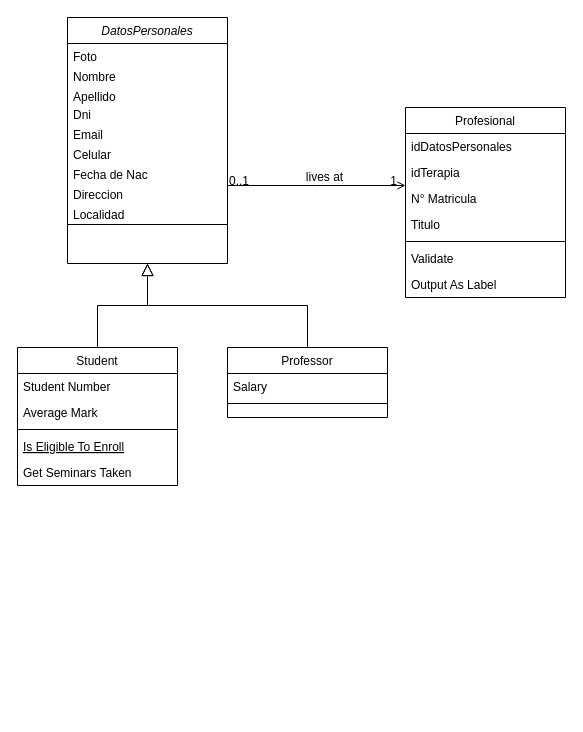
gastoncorrea/diagrama_clases_gestion_turnos keeps this draw.io diagram as Diagrama sin título.drawio. Above is the earlier version. Source tidied: cells renumbered, new cells numbered last; positions are measured from the earlier drawing's top-left corner, leaving out a move shared by most shapes. Both pictures are drawn from the tidied source at 100%, with x=0, y=0 at pixel (17, 17).
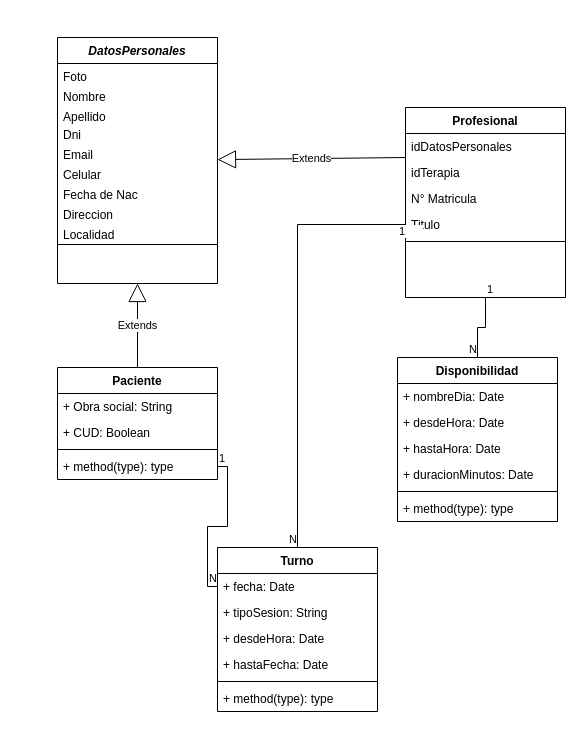
The same page after the edit.

The change refers to these unchanged cells:
```xml
<mxCell id="25" value="idDatosPersonales" style="text;align=left;verticalAlign=top;spacingLeft=4;spacingRight=4;overflow=hidden;points=[[0,0.5],[1,0.5]];portConstraint=eastwest;" parent="24" vertex="1">
  <mxGeometry y="26" width="160" height="26" as="geometry" />
</mxCell>
<mxCell id="28" value="Titulo" style="text;align=left;verticalAlign=top;spacingLeft=4;spacingRight=4;overflow=hidden;points=[[0,0.5],[1,0.5]];portConstraint=eastwest;rounded=0;shadow=0;html=0;" parent="24" vertex="1">
  <mxGeometry y="104" width="160" height="26" as="geometry" />
</mxCell>
```

Diff of the diagram source:
```diff
@@
-    <mxCell id="2" value="DatosPersonales" style="swimlane;fontStyle=2;align=center;verticalAlign=top;horizontal=1;startSize=26;rounded=0;shadow=0;strokeWidth=1;" parent="1" vertex="1">
-      <mxGeometry x="50" width="160" height="246" as="geometry" />
+    <mxCell id="2" value="DatosPersonales" style="swimlane;fontStyle=3;align=center;verticalAlign=top;horizontal=1;startSize=26;rounded=0;shadow=0;strokeWidth=1;" parent="1" vertex="1">
+      <mxGeometry x="40" y="20" width="160" height="246" as="geometry" />
     </mxCell>
@@
-    <mxCell id="13" value="Student" style="swimlane;fontStyle=0;align=center;verticalAlign=top;horizontal=1;startSize=26;rounded=0;shadow=0;strokeWidth=1;" parent="1" vertex="1">
-      <mxGeometry y="330" width="160" height="138" as="geometry" />
-    </mxCell>
-    <mxCell id="14" value="Student Number" style="text;align=left;verticalAlign=top;spacingLeft=4;spacingRight=4;overflow=hidden;" parent="13" vertex="1">
-      <mxGeometry y="26" width="160" height="26" as="geometry" />
-    </mxCell>
-    <mxCell id="15" value="Average Mark" style="text;align=left;verticalAlign=top;spacingLeft=4;spacingRight=4;overflow=hidden;rounded=0;shadow=0;html=0;" parent="13" vertex="1">
-      <mxGeometry y="52" width="160" height="26" as="geometry" />
-    </mxCell>
-    <mxCell id="16" style="line;html=1;strokeWidth=1;align=left;verticalAlign=middle;spacingTop=-1;spacingLeft=3;spacingRight=3;labelPosition=right;" parent="13" vertex="1">
-      <mxGeometry y="78" width="160" height="8" as="geometry" />
-    </mxCell>
-    <mxCell id="17" value="Is Eligible To Enroll" style="text;align=left;verticalAlign=top;spacingLeft=4;spacingRight=4;overflow=hidden;fontStyle=4;" parent="13" vertex="1">
-      <mxGeometry y="86" width="160" height="26" as="geometry" />
-    </mxCell>
-    <mxCell id="18" value="Get Seminars Taken" style="text;align=left;verticalAlign=top;spacingLeft=4;spacingRight=4;overflow=hidden;" parent="13" vertex="1">
-      <mxGeometry y="112" width="160" height="26" as="geometry" />
-    </mxCell>
-    <mxCell id="19" style="endArrow=block;endSize=10;endFill=0;shadow=0;strokeWidth=1;rounded=0;curved=0;edgeStyle=elbowEdgeStyle;elbow=vertical;" parent="1" edge="1" source="13" target="2">
-      <mxGeometry relative="1" as="geometry" />
-    </mxCell>
-    <mxCell id="20" value="Professor" style="swimlane;fontStyle=0;align=center;verticalAlign=top;horizontal=1;startSize=26;rounded=0;shadow=0;strokeWidth=1;" parent="1" vertex="1">
-      <mxGeometry x="210" y="330" width="160" height="70" as="geometry" />
-    </mxCell>
-    <mxCell id="21" value="Salary" style="text;align=left;verticalAlign=top;spacingLeft=4;spacingRight=4;overflow=hidden;" parent="20" vertex="1">
-      <mxGeometry y="26" width="160" height="26" as="geometry" />
-    </mxCell>
-    <mxCell id="22" style="line;html=1;strokeWidth=1;align=left;verticalAlign=middle;spacingTop=-1;spacingLeft=3;spacingRight=3;labelPosition=right;" parent="20" vertex="1">
-      <mxGeometry y="52" width="160" height="8" as="geometry" />
-    </mxCell>
-    <mxCell id="23" style="endArrow=block;endSize=10;endFill=0;shadow=0;strokeWidth=1;rounded=0;curved=0;edgeStyle=elbowEdgeStyle;elbow=vertical;" parent="1" edge="1" source="20" target="2">
-      <mxGeometry relative="1" as="geometry" />
-    </mxCell>
-    <mxCell id="24" value="Profesional" style="swimlane;fontStyle=0;align=center;verticalAlign=top;horizontal=1;startSize=26;rounded=0;shadow=0;strokeWidth=1;" parent="1" vertex="1">
+    <mxCell id="24" value="Profesional" style="swimlane;fontStyle=1;align=center;verticalAlign=top;horizontal=1;startSize=26;rounded=0;shadow=0;strokeWidth=1;" parent="1" vertex="1">
       <mxGeometry x="388" y="90" width="160" height="190" as="geometry" />
     </mxCell>
@@
-    <mxCell id="30" value="Validate" style="text;align=left;verticalAlign=top;spacingLeft=4;spacingRight=4;overflow=hidden;" parent="24" vertex="1">
-      <mxGeometry y="138" width="160" height="26" as="geometry" />
-    </mxCell>
-    <mxCell id="31" value="Output As Label" style="text;align=left;verticalAlign=top;spacingLeft=4;spacingRight=4;overflow=hidden;" parent="24" vertex="1">
-      <mxGeometry y="164" width="160" height="26" as="geometry" />
-    </mxCell>
-    <mxCell id="32" style="endArrow=open;shadow=0;strokeWidth=1;rounded=0;curved=0;endFill=1;edgeStyle=elbowEdgeStyle;elbow=vertical;" parent="1" edge="1" source="2" target="24">
-      <mxGeometry x="0.5" y="41" relative="1" as="geometry">
-        <mxPoint x="-40" y="32" as="offset" />
-      </mxGeometry>
-    </mxCell>
-    <mxCell id="33" value="0..1" style="align=left;verticalAlign=bottom;labelBackgroundColor=none;fontSize=12;" parent="32" vertex="1">
-      <mxGeometry x="-1" relative="1" as="geometry">
-        <mxPoint y="4" as="offset" />
-      </mxGeometry>
-    </mxCell>
-    <mxCell id="34" value="1" style="align=right;verticalAlign=bottom;labelBackgroundColor=none;fontSize=12;" parent="32" vertex="1">
-      <mxGeometry x="1" relative="1" as="geometry">
-        <mxPoint x="-7" y="4" as="offset" />
-      </mxGeometry>
-    </mxCell>
-    <mxCell id="35" value="lives at" style="text;html=1;align=center;verticalAlign=middle;labelBackgroundColor=none;rounded=0;shadow=0;strokeWidth=1;fontSize=12;" parent="32" vertex="1">
-      <mxGeometry x="0.5" y="49" relative="1" as="geometry">
-        <mxPoint x="-38" y="40" as="offset" />
-      </mxGeometry>
-    </mxCell>
+    <mxCell id="36" value="Extends" style="endArrow=block;endSize=16;endFill=0;html=1;rounded=0;exitX=0;exitY=0.923;exitDx=0;exitDy=0;exitPerimeter=0;" parent="1" edge="1" source="25" target="2">
+      <mxGeometry relative="1" as="geometry" />
+    </mxCell>
+    <mxCell id="37" value="Paciente" style="swimlane;fontStyle=1;align=center;verticalAlign=top;horizontal=1;startSize=26;whiteSpace=wrap;html=1;" parent="1" vertex="1">
+      <mxGeometry x="40" y="350" width="160" height="112" as="geometry" />
+    </mxCell>
+    <mxCell id="38" value="+ Obra social: String&lt;div&gt;&lt;br&gt;&lt;/div&gt;" style="text;strokeColor=none;fillColor=none;align=left;verticalAlign=top;spacingLeft=4;spacingRight=4;overflow=hidden;whiteSpace=wrap;html=1;" parent="37" vertex="1">
+      <mxGeometry y="26" width="160" height="26" as="geometry" />
+    </mxCell>
+    <mxCell id="39" value="+ CUD: Boolean" style="text;strokeColor=none;fillColor=none;align=left;verticalAlign=top;spacingLeft=4;spacingRight=4;overflow=hidden;whiteSpace=wrap;html=1;" parent="37" vertex="1">
+      <mxGeometry y="52" width="160" height="26" as="geometry" />
+    </mxCell>
+    <mxCell id="40" style="line;strokeWidth=1;fillColor=none;align=left;verticalAlign=middle;spacingTop=-1;spacingLeft=3;spacingRight=3;labelPosition=right;strokeColor=inherit;" parent="37" vertex="1">
+      <mxGeometry y="78" width="160" height="8" as="geometry" />
+    </mxCell>
+    <mxCell id="41" value="+ method(type): type" style="text;strokeColor=none;fillColor=none;align=left;verticalAlign=top;spacingLeft=4;spacingRight=4;overflow=hidden;points=[[0,0.5],[1,0.5]];portConstraint=eastwest;whiteSpace=wrap;html=1;" parent="37" vertex="1">
+      <mxGeometry y="86" width="160" height="26" as="geometry" />
+    </mxCell>
+    <mxCell id="42" value="Extends" style="endArrow=block;endSize=16;endFill=0;html=1;rounded=0;" parent="1" edge="1" source="37" target="2">
+      <mxGeometry relative="1" as="geometry" />
+    </mxCell>
+    <mxCell id="43" value="Disponibilidad" style="swimlane;fontStyle=1;align=center;verticalAlign=top;horizontal=1;startSize=26;whiteSpace=wrap;html=1;" parent="1" vertex="1">
+      <mxGeometry x="380" y="340" width="160" height="164" as="geometry" />
+    </mxCell>
+    <mxCell id="44" value="+ nombreDia: Date" style="text;strokeColor=none;fillColor=none;align=left;verticalAlign=top;spacingLeft=4;spacingRight=4;overflow=hidden;whiteSpace=wrap;html=1;" parent="43" vertex="1">
+      <mxGeometry y="26" width="160" height="26" as="geometry" />
+    </mxCell>
+    <mxCell id="45" value="+ desdeHora: Date" style="text;strokeColor=none;fillColor=none;align=left;verticalAlign=top;spacingLeft=4;spacingRight=4;overflow=hidden;whiteSpace=wrap;html=1;" parent="43" vertex="1">
+      <mxGeometry y="52" width="160" height="26" as="geometry" />
+    </mxCell>
+    <mxCell id="46" value="+ hastaHora: Date" style="text;strokeColor=none;fillColor=none;align=left;verticalAlign=top;spacingLeft=4;spacingRight=4;overflow=hidden;whiteSpace=wrap;html=1;" parent="43" vertex="1">
+      <mxGeometry y="78" width="160" height="26" as="geometry" />
+    </mxCell>
+    <mxCell id="47" value="+ duracionMinutos: Date" style="text;strokeColor=none;fillColor=none;align=left;verticalAlign=top;spacingLeft=4;spacingRight=4;overflow=hidden;whiteSpace=wrap;html=1;" parent="43" vertex="1">
+      <mxGeometry y="104" width="160" height="26" as="geometry" />
+    </mxCell>
+    <mxCell id="48" style="line;strokeWidth=1;fillColor=none;align=left;verticalAlign=middle;spacingTop=-1;spacingLeft=3;spacingRight=3;labelPosition=right;strokeColor=inherit;" parent="43" vertex="1">
+      <mxGeometry y="130" width="160" height="8" as="geometry" />
+    </mxCell>
+    <mxCell id="49" value="+ method(type): type" style="text;strokeColor=none;fillColor=none;align=left;verticalAlign=top;spacingLeft=4;spacingRight=4;overflow=hidden;whiteSpace=wrap;html=1;" parent="43" vertex="1">
+      <mxGeometry y="138" width="160" height="26" as="geometry" />
+    </mxCell>
+    <mxCell id="50" style="endArrow=none;html=1;edgeStyle=orthogonalEdgeStyle;rounded=0;" parent="1" edge="1" source="24" target="43">
+      <mxGeometry relative="1" as="geometry" />
+    </mxCell>
+    <mxCell id="51" value="1" style="edgeLabel;html=1;align=left;verticalAlign=bottom;" parent="50" vertex="1">
+      <mxGeometry x="-1" relative="1" as="geometry" />
+    </mxCell>
+    <mxCell id="52" value="N" style="edgeLabel;html=1;align=right;verticalAlign=bottom;" parent="50" vertex="1">
+      <mxGeometry x="1" relative="1" as="geometry" />
+    </mxCell>
+    <mxCell id="53" value="Turno" style="swimlane;fontStyle=1;align=center;verticalAlign=top;horizontal=1;startSize=26;whiteSpace=wrap;html=1;" parent="1" vertex="1">
+      <mxGeometry x="200" y="530" width="160" height="164" as="geometry" />
+    </mxCell>
+    <mxCell id="54" value="+ fecha: Date" style="text;strokeColor=none;fillColor=none;align=left;verticalAlign=top;spacingLeft=4;spacingRight=4;overflow=hidden;points=[[0,0.5],[1,0.5]];portConstraint=eastwest;whiteSpace=wrap;html=1;" parent="53" vertex="1">
+      <mxGeometry y="26" width="160" height="26" as="geometry" />
+    </mxCell>
+    <mxCell id="55" value="+ tipoSesion: String" style="text;strokeColor=none;fillColor=none;align=left;verticalAlign=top;spacingLeft=4;spacingRight=4;overflow=hidden;whiteSpace=wrap;html=1;" parent="53" vertex="1">
+      <mxGeometry y="52" width="160" height="26" as="geometry" />
+    </mxCell>
+    <mxCell id="56" value="+ desdeHora: Date" style="text;strokeColor=none;fillColor=none;align=left;verticalAlign=top;spacingLeft=4;spacingRight=4;overflow=hidden;whiteSpace=wrap;html=1;" parent="53" vertex="1">
+      <mxGeometry y="78" width="160" height="26" as="geometry" />
+    </mxCell>
+    <mxCell id="57" value="+ hastaFecha: Date" style="text;strokeColor=none;fillColor=none;align=left;verticalAlign=top;spacingLeft=4;spacingRight=4;overflow=hidden;whiteSpace=wrap;html=1;" parent="53" vertex="1">
+      <mxGeometry y="104" width="160" height="26" as="geometry" />
+    </mxCell>
+    <mxCell id="58" style="line;strokeWidth=1;fillColor=none;align=left;verticalAlign=middle;spacingTop=-1;spacingLeft=3;spacingRight=3;labelPosition=right;strokeColor=inherit;" parent="53" vertex="1">
+      <mxGeometry y="130" width="160" height="8" as="geometry" />
+    </mxCell>
+    <mxCell id="59" value="+ method(type): type" style="text;strokeColor=none;fillColor=none;align=left;verticalAlign=top;spacingLeft=4;spacingRight=4;overflow=hidden;whiteSpace=wrap;html=1;" parent="53" vertex="1">
+      <mxGeometry y="138" width="160" height="26" as="geometry" />
+    </mxCell>
+    <mxCell id="60" style="endArrow=none;html=1;edgeStyle=orthogonalEdgeStyle;rounded=0;" parent="1" edge="1" source="28" target="53">
+      <mxGeometry relative="1" as="geometry" />
+    </mxCell>
+    <mxCell id="61" value="1&lt;span style=&quot;white-space: pre;&quot;&gt;&#9;&lt;/span&gt;" style="edgeLabel;html=1;align=left;verticalAlign=bottom;" parent="60" vertex="1">
+      <mxGeometry x="-1" relative="1" as="geometry">
+        <mxPoint x="-8" y="15" as="offset" />
+      </mxGeometry>
+    </mxCell>
+    <mxCell id="62" value="N" style="edgeLabel;html=1;align=right;verticalAlign=bottom;" parent="60" vertex="1">
+      <mxGeometry x="1" relative="1" as="geometry" />
+    </mxCell>
+    <mxCell id="63" style="endArrow=none;html=1;edgeStyle=orthogonalEdgeStyle;rounded=0;" parent="1" edge="1" source="41" target="54">
+      <mxGeometry relative="1" as="geometry" />
+    </mxCell>
+    <mxCell id="64" value="1" style="edgeLabel;html=1;align=left;verticalAlign=bottom;" parent="63" vertex="1">
+      <mxGeometry x="-1" relative="1" as="geometry" />
+    </mxCell>
+    <mxCell id="65" value="N" style="edgeLabel;html=1;align=right;verticalAlign=bottom;" parent="63" vertex="1">
+      <mxGeometry x="1" relative="1" as="geometry" />
+    </mxCell>
```
